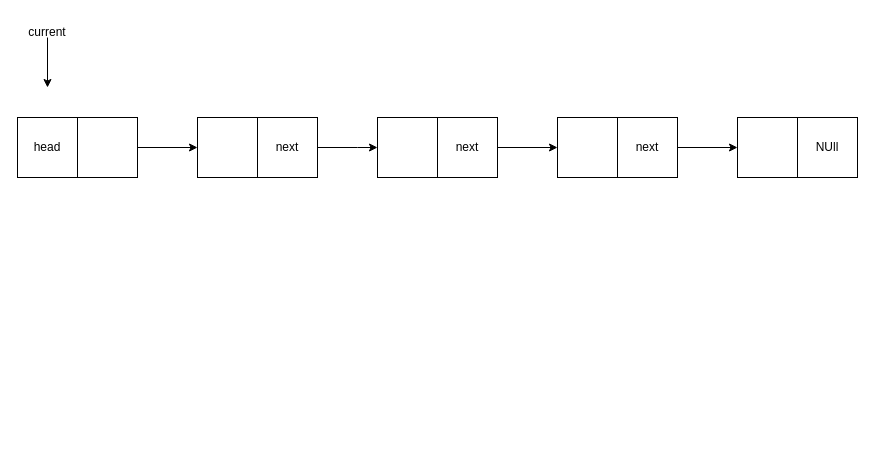
Earlier version of the draw.io diagram C语言学习.drawio (yyy-router/drawio). Source tidied: cells renumbered, new cells numbered last; positions are measured from the earlier drawing's top-left corner, leaving out a move shared by most shapes. Both pictures are drawn from the tidied source at 100%, with x=0, y=0 at pixel (17, 17).
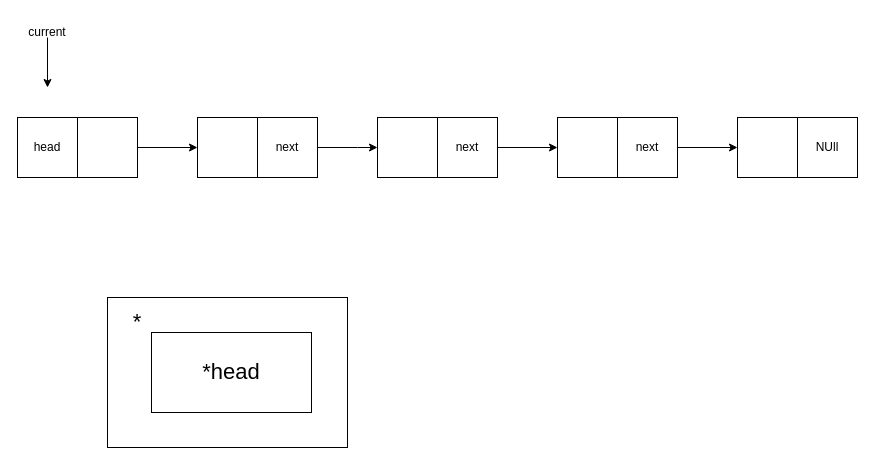
Above is the later version.

The edit, as a diff of the source:
```diff
@@
+    <mxCell id="29" style="rounded=0;whiteSpace=wrap;html=1;" parent="1" vertex="1">
+      <mxGeometry x="90" y="280" width="240" height="150" as="geometry" />
+    </mxCell>
+    <mxCell id="30" value="&lt;font style=&quot;font-size: 22px;&quot;&gt;*head&lt;/font&gt;" style="rounded=0;whiteSpace=wrap;html=1;" parent="1" vertex="1">
+      <mxGeometry x="134" y="315" width="160" height="80" as="geometry" />
+    </mxCell>
+    <mxCell id="31" value="&lt;font style=&quot;font-size: 22px;&quot;&gt;*&lt;/font&gt;" style="text;html=1;align=center;verticalAlign=middle;whiteSpace=wrap;rounded=0;" parent="1" vertex="1">
+      <mxGeometry x="90" y="290" width="60" height="30" as="geometry" />
+    </mxCell>
```
